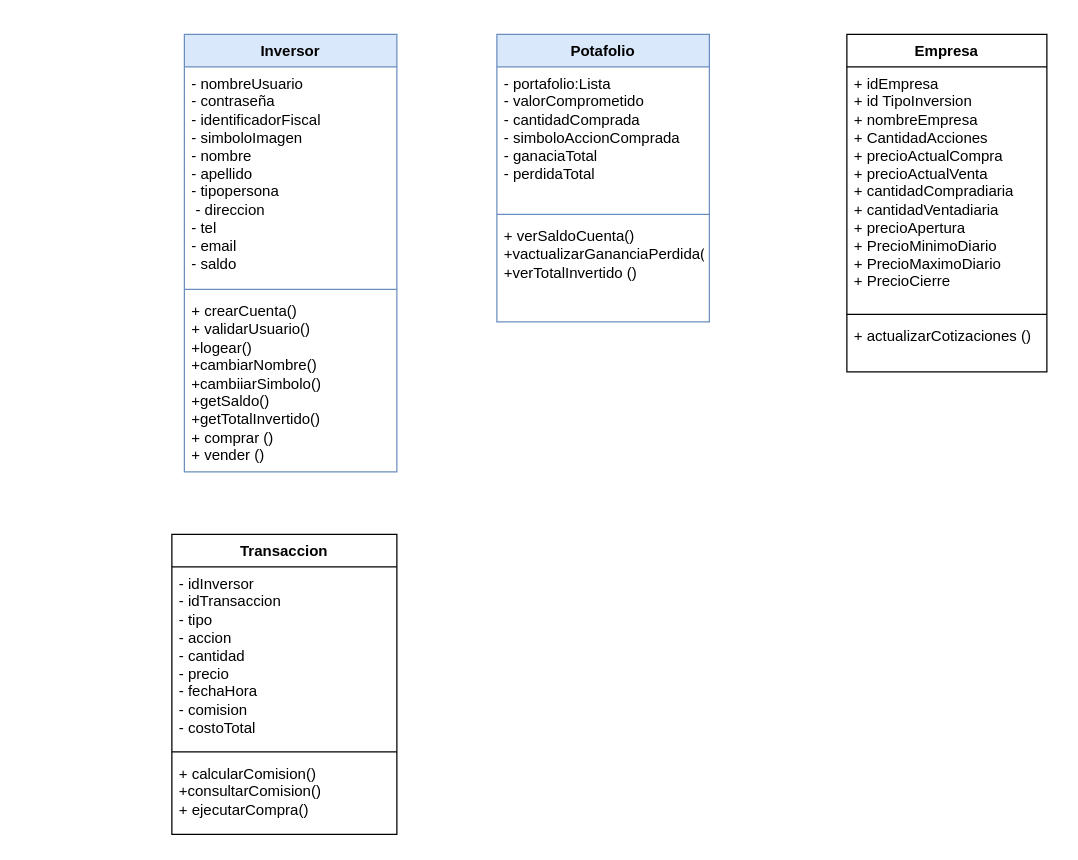
Above: page "Página-2" (2 of 2) of Documentación/Diagrama-de-Clases.drawio in INNOVAcodersISPC/ARGBroker (draw.io), before the change. Source tidied: cells renumbered, new cells numbered last; positions are measured from the earlier drawing's top-left corner, leaving out a move shared by most shapes. Both pictures are drawn from the tidied source at 125%, with x=0, y=0 at pixel (171, 34).
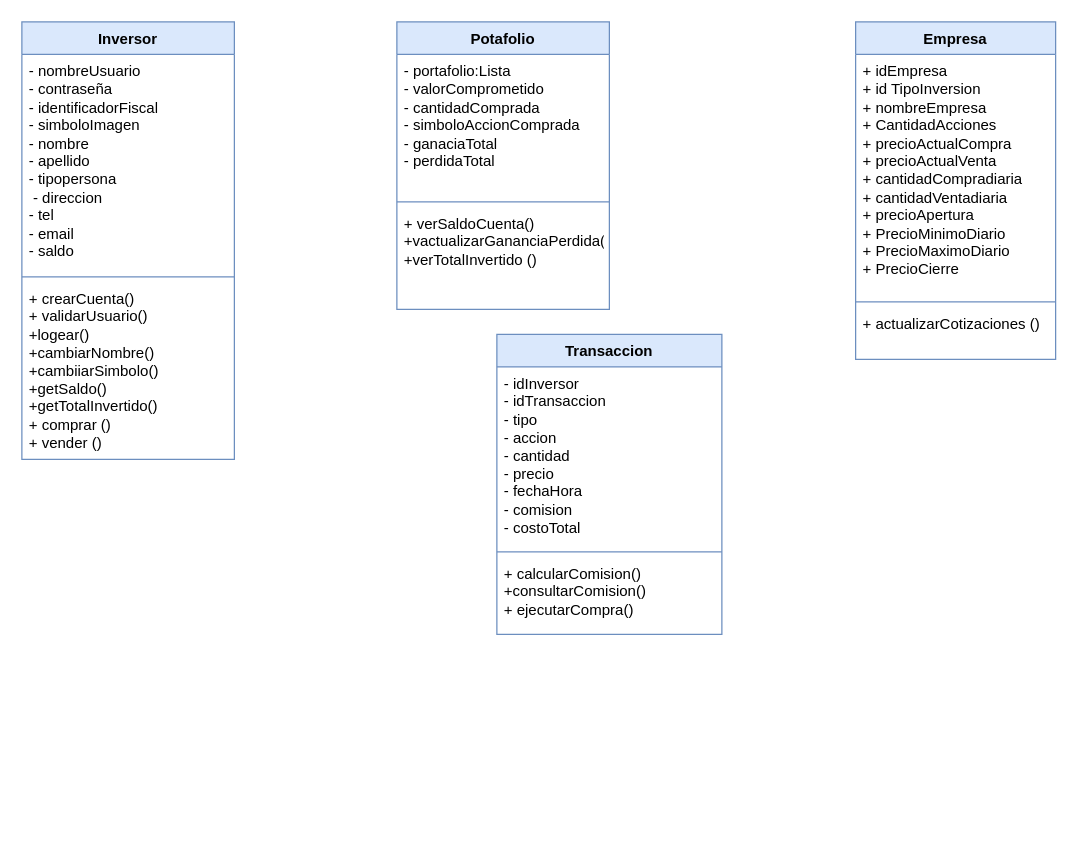
Above is the later version.

What changed in the source:
```diff
@@
 <mxGraphModel>
   <root>
     <mxCell id="0" />
     <mxCell id="1" parent="0" />
     <mxCell id="2" value="Inversor" style="swimlane;fontStyle=1;align=center;verticalAlign=top;horizontal=1;startSize=26;whiteSpace=wrap;html=1;fillColor=#dae8fc;strokeColor=#6c8ebf;" parent="1" vertex="1">
-      <mxGeometry x="10" width="170" height="350" as="geometry" />
+      <mxGeometry x="-120" y="-10" width="170" height="350" as="geometry" />
     </mxCell>
     <mxCell id="3" value="&lt;div style=&quot;text-wrap: nowrap;&quot;&gt;&lt;span style=&quot;background-color: initial;&quot;&gt;- nombreUsuario&amp;nbsp;&lt;/span&gt;&lt;br&gt;&lt;/div&gt;&lt;div style=&quot;text-wrap: nowrap;&quot;&gt;&lt;div&gt;- contraseña&amp;nbsp;&lt;/div&gt;&lt;div&gt;- identificadorFiscal&lt;/div&gt;&lt;div&gt;- simboloImagen&lt;/div&gt;&lt;div&gt;- nombre&lt;/div&gt;&lt;div&gt;- apellido&lt;/div&gt;&lt;div&gt;- tipopersona&lt;/div&gt;&lt;div&gt;&amp;nbsp;- direccion&lt;/div&gt;&lt;div&gt;- tel&lt;/div&gt;&lt;div&gt;- email&lt;/div&gt;&lt;div&gt;- saldo&lt;/div&gt;&lt;/div&gt;" style="text;strokeColor=none;fillColor=none;align=left;verticalAlign=top;spacingLeft=4;spacingRight=4;overflow=hidden;whiteSpace=wrap;html=1;" parent="2" vertex="1">
       <mxGeometry y="26" width="170" height="174" as="geometry" />
     </mxCell>
     <mxCell id="4" style="line;strokeWidth=1;fillColor=none;align=left;verticalAlign=middle;spacingTop=-1;spacingLeft=3;spacingRight=3;labelPosition=right;strokeColor=inherit;" parent="2" vertex="1">
       <mxGeometry y="200" width="170" height="8" as="geometry" />
     </mxCell>
     <mxCell id="5" value="+ crearCuenta()&lt;div&gt;+ validarUsuario()&lt;/div&gt;&lt;div&gt;+logear()&lt;br&gt;&lt;div&gt;+cambiarNombre()&lt;/div&gt;&lt;div&gt;+cambiiarSimbolo()&lt;/div&gt;&lt;/div&gt;&lt;div&gt;+getSaldo()&lt;/div&gt;&lt;div&gt;+getTotalInvertido()&lt;/div&gt;&lt;div&gt;+ comprar ()&lt;/div&gt;&lt;div&gt;+ vender ()&lt;/div&gt;&lt;div&gt;&lt;br&gt;&lt;/div&gt;&lt;div&gt;&lt;br&gt;&lt;/div&gt;&lt;div&gt;&lt;br&gt;&lt;/div&gt;" style="text;strokeColor=none;fillColor=none;align=left;verticalAlign=top;spacingLeft=4;spacingRight=4;overflow=hidden;whiteSpace=wrap;html=1;" parent="2" vertex="1">
       <mxGeometry y="208" width="170" height="142" as="geometry" />
     </mxCell>
-    <mxCell id="6" value="Empresa" style="swimlane;fontStyle=1;align=center;verticalAlign=top;horizontal=1;startSize=26;whiteSpace=wrap;html=1;" parent="1" vertex="1">
-      <mxGeometry x="540" width="160" height="270" as="geometry" />
+    <mxCell id="6" value="Empresa" style="swimlane;fontStyle=1;align=center;verticalAlign=top;horizontal=1;startSize=26;whiteSpace=wrap;html=1;fillColor=#dae8fc;strokeColor=#6c8ebf;" parent="1" vertex="1">
+      <mxGeometry x="547" y="-10" width="160" height="270" as="geometry" />
     </mxCell>
     <mxCell id="7" value="&lt;div style=&quot;text-wrap: nowrap;&quot;&gt;+ idEmpresa&lt;div&gt;+ id TipoInversion&lt;/div&gt;&lt;div&gt;+ nombreEmpresa&lt;/div&gt;&lt;div&gt;+ CantidadAcciones&lt;/div&gt;&lt;div&gt;+ precioActualCompra&lt;/div&gt;&lt;div&gt;+ precioActualVenta&lt;/div&gt;&lt;div&gt;+ cantidadCompradiaria&lt;/div&gt;&lt;div&gt;&lt;span style=&quot;background-color: initial;&quot;&gt;+ cantidadVentadiaria&lt;/span&gt;&lt;/div&gt;&lt;div&gt;+ precioApertura&lt;/div&gt;&lt;div&gt;+ PrecioMinimoDiario&lt;/div&gt;&lt;div&gt;+ PrecioMaximoDiario&lt;/div&gt;&lt;div&gt;+ PrecioCierre&lt;/div&gt;&lt;/div&gt;" style="text;strokeColor=none;fillColor=none;align=left;verticalAlign=top;spacingLeft=4;spacingRight=4;overflow=hidden;whiteSpace=wrap;html=1;" parent="6" vertex="1">
       <mxGeometry y="26" width="160" height="194" as="geometry" />
     </mxCell>
     <mxCell id="8" style="line;strokeWidth=1;fillColor=none;align=left;verticalAlign=middle;spacingTop=-1;spacingLeft=3;spacingRight=3;labelPosition=right;strokeColor=inherit;" parent="6" vertex="1">
       <mxGeometry y="220" width="160" height="8" as="geometry" />
     </mxCell>
     <mxCell id="9" value="&lt;div&gt;+ actualizarCotizaciones ()&lt;/div&gt;" style="text;strokeColor=none;fillColor=none;align=left;verticalAlign=top;spacingLeft=4;spacingRight=4;overflow=hidden;whiteSpace=wrap;html=1;" parent="6" vertex="1">
       <mxGeometry y="228" width="160" height="42" as="geometry" />
     </mxCell>
     <mxCell id="10" value="Potafolio" style="swimlane;fontStyle=1;align=center;verticalAlign=top;horizontal=1;startSize=26;whiteSpace=wrap;html=1;fillColor=#dae8fc;strokeColor=#6c8ebf;" parent="1" vertex="1">
-      <mxGeometry x="260" width="170" height="230" as="geometry" />
+      <mxGeometry x="180" y="-10" width="170" height="230" as="geometry" />
     </mxCell>
     <mxCell id="11" value="&lt;div style=&quot;text-wrap: nowrap;&quot;&gt;&lt;span style=&quot;background-color: initial;&quot;&gt;- portafolio:Lista&lt;/span&gt;&lt;br&gt;&lt;/div&gt;&lt;div style=&quot;text-wrap: nowrap;&quot;&gt;&lt;div&gt;- valorComprometido&lt;/div&gt;&lt;div&gt;- cantidadComprada&lt;/div&gt;&lt;div&gt;- simboloAccionComprada&lt;/div&gt;&lt;div&gt;- ganaciaTotal&lt;/div&gt;&lt;div&gt;- perdidaTotal&lt;/div&gt;&lt;div&gt;&lt;br&gt;&lt;/div&gt;&lt;div&gt;&amp;nbsp;&lt;/div&gt;&lt;div&gt;&lt;br&gt;&lt;/div&gt;&lt;div&gt;&lt;br&gt;&lt;/div&gt;&lt;div&gt;&lt;br&gt;&lt;/div&gt;&lt;/div&gt;" style="text;strokeColor=none;fillColor=none;align=left;verticalAlign=top;spacingLeft=4;spacingRight=4;overflow=hidden;whiteSpace=wrap;html=1;" parent="10" vertex="1">
       <mxGeometry y="26" width="170" height="114" as="geometry" />
     </mxCell>
     <mxCell id="12" style="line;strokeWidth=1;fillColor=none;align=left;verticalAlign=middle;spacingTop=-1;spacingLeft=3;spacingRight=3;labelPosition=right;strokeColor=inherit;" parent="10" vertex="1">
       <mxGeometry y="140" width="170" height="8" as="geometry" />
     </mxCell>
     <mxCell id="13" value="+ verSaldoCuenta()&lt;div&gt;+vactualizarGananciaPerdida()&lt;/div&gt;&lt;div&gt;+verTotalInvertido ()&lt;br&gt;&lt;div&gt;&lt;br&gt;&lt;/div&gt;&lt;/div&gt;&lt;div&gt;&lt;br&gt;&lt;/div&gt;&lt;div&gt;&lt;br&gt;&lt;/div&gt;&lt;div&gt;&lt;br&gt;&lt;/div&gt;" style="text;strokeColor=none;fillColor=none;align=left;verticalAlign=top;spacingLeft=4;spacingRight=4;overflow=hidden;whiteSpace=wrap;html=1;" parent="10" vertex="1">
       <mxGeometry y="148" width="170" height="82" as="geometry" />
     </mxCell>
-    <mxCell id="14" value="Transaccion" style="swimlane;fontStyle=1;align=center;verticalAlign=top;horizontal=1;startSize=26;whiteSpace=wrap;html=1;" parent="1" vertex="1">
-      <mxGeometry y="400" width="180" height="240" as="geometry" />
+    <mxCell id="14" value="Transaccion" style="swimlane;fontStyle=1;align=center;verticalAlign=top;horizontal=1;startSize=26;whiteSpace=wrap;html=1;fillColor=#dae8fc;strokeColor=#6c8ebf;" parent="1" vertex="1">
+      <mxGeometry x="260" y="240" width="180" height="240" as="geometry" />
     </mxCell>
     <mxCell id="15" value="&lt;div style=&quot;text-wrap: nowrap;&quot;&gt;&lt;span style=&quot;background-color: initial;&quot;&gt;- idInversor&lt;/span&gt;&lt;br&gt;&lt;/div&gt;&lt;div style=&quot;text-wrap: nowrap;&quot;&gt;&lt;div&gt;- idTransaccion&lt;/div&gt;&lt;div&gt;- tipo&lt;/div&gt;&lt;div&gt;- accion&lt;/div&gt;&lt;div&gt;- cantidad&lt;/div&gt;&lt;div&gt;- precio&lt;/div&gt;&lt;div&gt;- fechaHora&lt;/div&gt;&lt;div&gt;- comision&lt;/div&gt;&lt;div&gt;- costoTotal&lt;/div&gt;&lt;div&gt;&lt;br&gt;&lt;/div&gt;&lt;div&gt;&amp;nbsp;&lt;/div&gt;&lt;div&gt;&lt;br&gt;&lt;/div&gt;&lt;div&gt;&lt;br&gt;&lt;/div&gt;&lt;div&gt;&lt;br&gt;&lt;/div&gt;&lt;/div&gt;" style="text;strokeColor=none;fillColor=none;align=left;verticalAlign=top;spacingLeft=4;spacingRight=4;overflow=hidden;whiteSpace=wrap;html=1;" parent="14" vertex="1">
       <mxGeometry y="26" width="180" height="144" as="geometry" />
     </mxCell>
     <mxCell id="16" style="line;strokeWidth=1;fillColor=none;align=left;verticalAlign=middle;spacingTop=-1;spacingLeft=3;spacingRight=3;labelPosition=right;strokeColor=inherit;" parent="14" vertex="1">
       <mxGeometry y="170" width="180" height="8" as="geometry" />
     </mxCell>
     <mxCell id="17" value="+ calcularComision()&lt;div&gt;+consultarComision()&lt;/div&gt;&lt;div&gt;+ ejecutarCompra()&lt;br&gt;&lt;div&gt;&lt;br&gt;&lt;/div&gt;&lt;/div&gt;&lt;div&gt;&lt;br&gt;&lt;/div&gt;&lt;div&gt;&lt;br&gt;&lt;/div&gt;&lt;div&gt;&lt;br&gt;&lt;/div&gt;" style="text;strokeColor=none;fillColor=none;align=left;verticalAlign=top;spacingLeft=4;spacingRight=4;overflow=hidden;whiteSpace=wrap;html=1;" parent="14" vertex="1">
       <mxGeometry y="178" width="180" height="62" as="geometry" />
     </mxCell>
   </root>
 </mxGraphModel>
```
